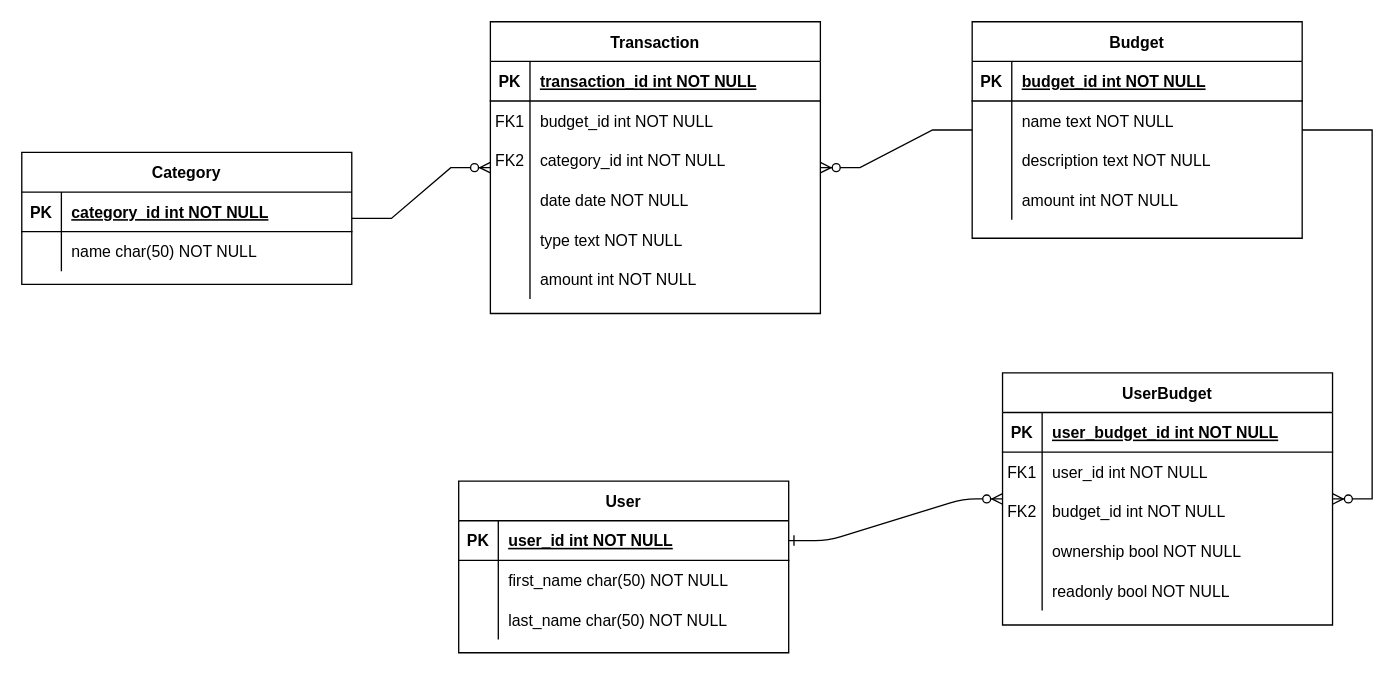
Earlier version of the draw.io diagram DB_Schema.drawio (yuriykis/family_budget). Source tidied: cells renumbered, new cells numbered last; positions are measured from the earlier drawing's top-left corner, leaving out a move shared by most shapes. Both pictures are drawn from the tidied source at 132%, with x=0, y=0 at pixel (21, 21).
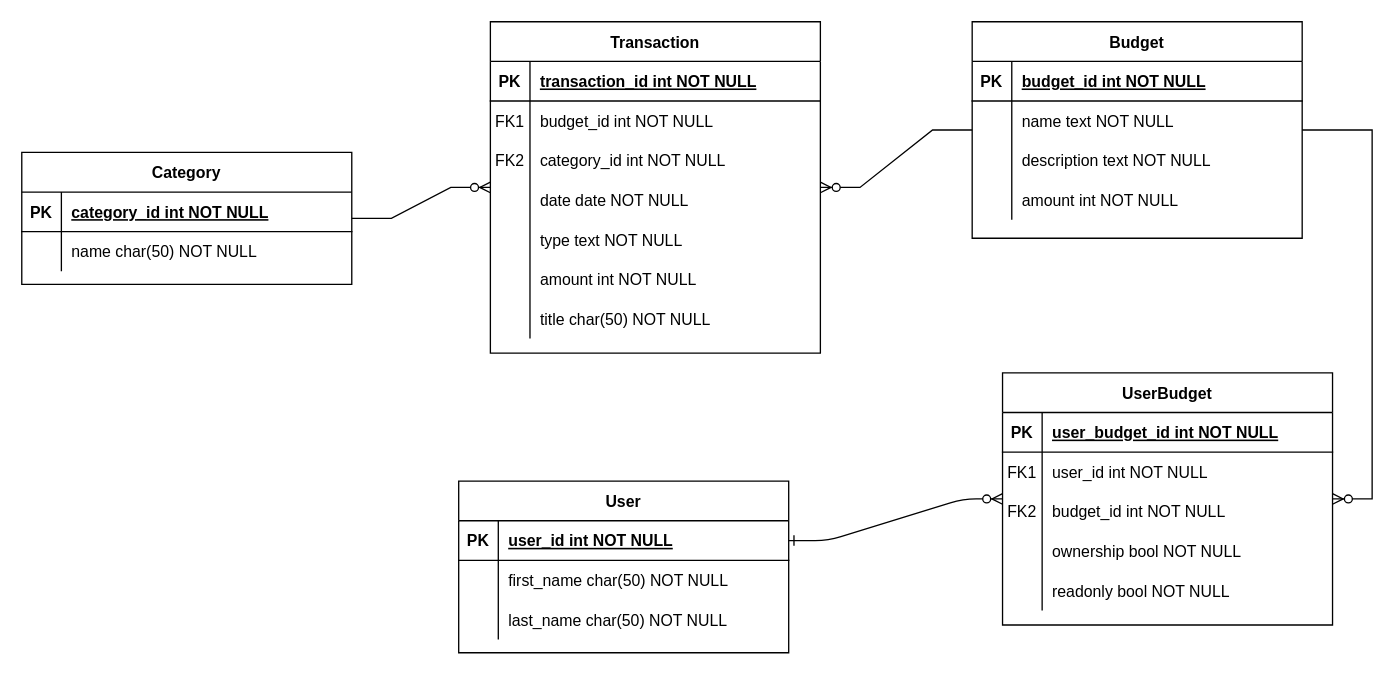
Above is the later version.

Commit message:
DB_Schema: Add title to transaction

The edit, as a diff of the source:
```diff
@@
     <mxCell id="3" value="Transaction" style="shape=table;startSize=30;childLayout=tableLayout;rowLines=0;fontStyle=1;align=center;" parent="1" vertex="1">
-      <mxGeometry x="355" width="250" height="221" as="geometry" />
+      <mxGeometry x="355" width="250" height="251" as="geometry" />
     </mxCell>
@@
+    <mxCell id="71" style="shape=partialRectangle;fillColor=none;top=0;left=0;right=0;bottom=0;" parent="3" vertex="1">
+      <mxGeometry y="210" width="250" height="30" as="geometry" />
+    </mxCell>
+    <mxCell id="72" style="shape=partialRectangle;overflow=hidden;fillColor=none;top=0;left=0;bottom=0;right=0;" parent="71" vertex="1">
+      <mxGeometry width="30" height="30" as="geometry" />
+    </mxCell>
+    <mxCell id="73" value="title char(50) NOT NULL" style="shape=partialRectangle;overflow=hidden;fillColor=none;top=0;left=0;bottom=0;right=0;align=left;spacingLeft=6;" parent="71" vertex="1">
+      <mxGeometry x="30" width="220" height="30" as="geometry" />
+    </mxCell>
```
